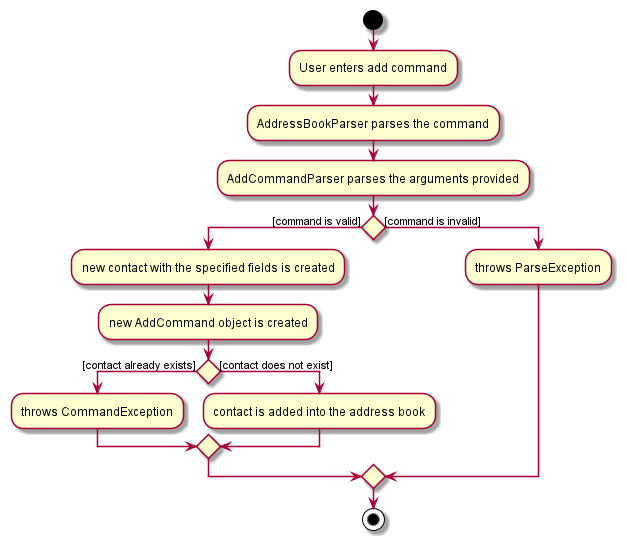
This is docs/images/AddActivityDiagram.png from pranav-ganesh/tp, a PlantUML export, as it was before one commit.
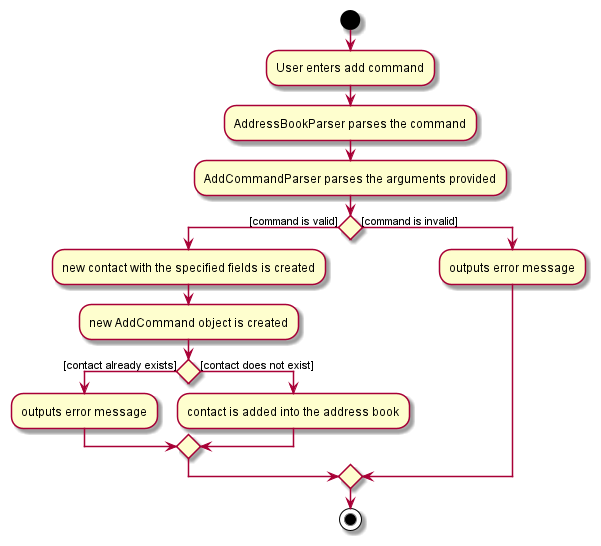
After the change.

Commit message:
Change "parseException" to "output error message" in activity diagram

The edit, as a diff of the source:
```diff
@@ -8,14 +8,13 @@
   :new contact with the specified fields is created;
   :new AddCommand object is created;
   if() then ([contact already exists])
-  :throws CommandException;
+  :outputs error message;
   else ([contact does not exist])
   :contact is added into the address book;
   endif
 else ([command is invalid])
-  :throws ParseException;
+  :outputs error message;
 endif
-
 
 stop
 
```
